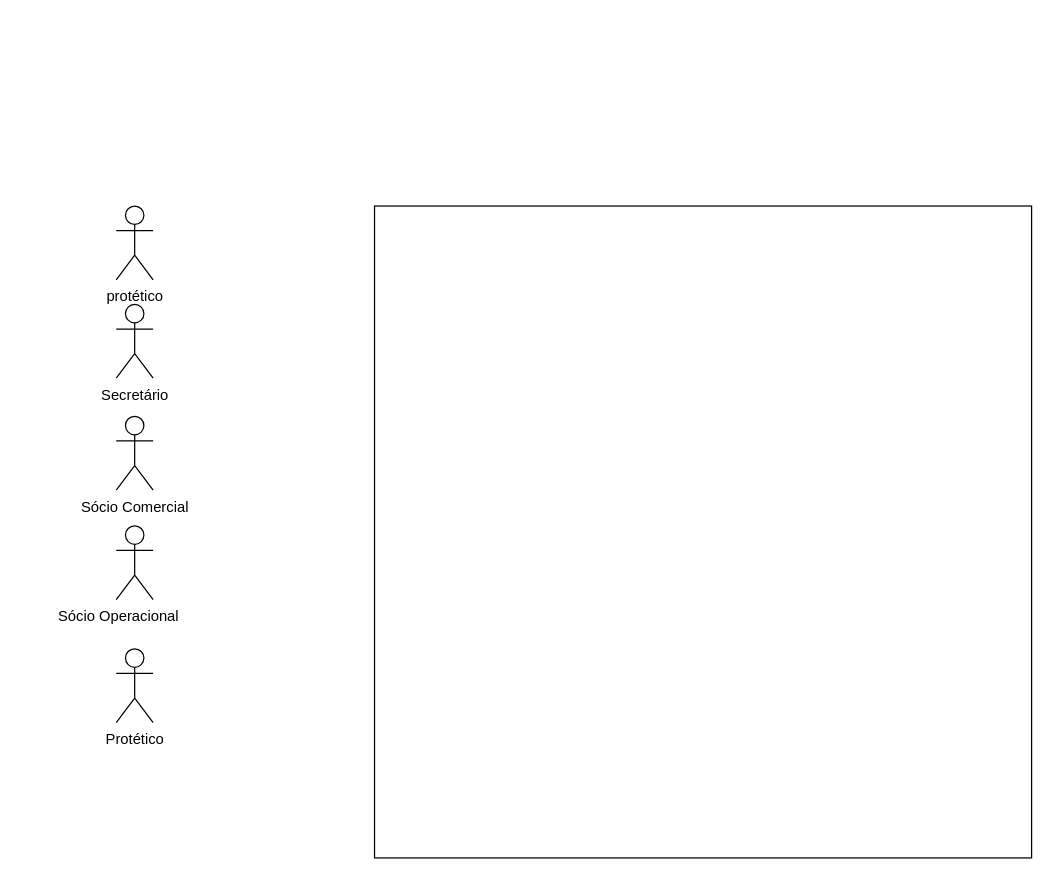
Above: page "Page-2" (2 of 2) of SoftwareEngineering/caso_de_uso_INCLUDE_EXTEND.drawio in Igorltds/ads (draw.io), before the change. Source tidied: cells renumbered, new cells numbered last; positions are measured from the earlier drawing's top-left corner, leaving out a move shared by most shapes. Both pictures are drawn from the tidied source at 123%, with x=0, y=0 at pixel (116, 205).
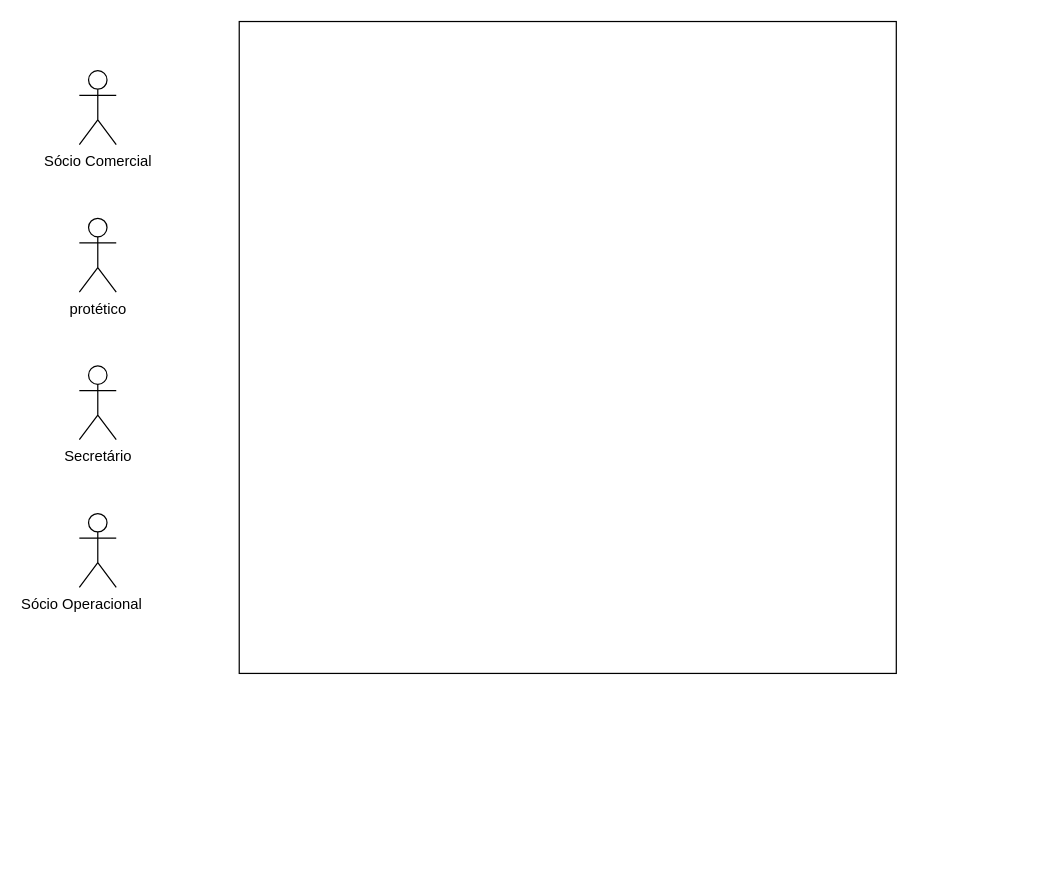
Above is the later version.

Commit message:
nada a commitar

What changed in the source:
```diff
@@
 <mxGraphModel>
   <root>
     <mxCell id="0" />
     <mxCell id="1" parent="0" />
     <mxCell id="2" style="rounded=0;whiteSpace=wrap;html=1;" parent="1" vertex="1">
-      <mxGeometry x="210" width="534.2" height="530" as="geometry" />
+      <mxGeometry x="100" y="-150" width="534.2" height="530" as="geometry" />
     </mxCell>
-    <mxCell id="3" value="Protético" style="shape=umlActor;verticalLabelPosition=bottom;verticalAlign=top;html=1;align=center;" parent="1" vertex="1">
-      <mxGeometry y="360" width="30" height="60" as="geometry" />
-    </mxCell>
     <mxCell id="4" value="&lt;div&gt;Secretário&lt;/div&gt;" style="shape=umlActor;verticalLabelPosition=bottom;verticalAlign=top;html=1;align=center;" parent="1" vertex="1">
-      <mxGeometry y="80" width="30" height="60" as="geometry" />
+      <mxGeometry x="-30" y="130" width="30" height="60" as="geometry" />
     </mxCell>
     <mxCell id="5" value="Sócio Operacional&amp;nbsp; &amp;nbsp; &amp;nbsp; &amp;nbsp;&amp;nbsp;" style="shape=umlActor;verticalLabelPosition=bottom;verticalAlign=top;html=1;align=center;" parent="1" vertex="1">
-      <mxGeometry y="260" width="30" height="60" as="geometry" />
+      <mxGeometry x="-30" y="250" width="30" height="60" as="geometry" />
     </mxCell>
     <mxCell id="6" value="Sócio Comercial" style="shape=umlActor;verticalLabelPosition=bottom;verticalAlign=top;html=1;align=center;" parent="1" vertex="1">
-      <mxGeometry y="171" width="30" height="60" as="geometry" />
+      <mxGeometry x="-30" y="-110" width="30" height="60" as="geometry" />
     </mxCell>
     <mxCell id="7" value="&lt;div&gt;protético&lt;/div&gt;&lt;div&gt;&lt;br&gt;&lt;/div&gt;" style="shape=umlActor;verticalLabelPosition=bottom;verticalAlign=top;html=1;align=center;" parent="1" vertex="1">
-      <mxGeometry width="30" height="60" as="geometry" />
+      <mxGeometry x="-30" y="10" width="30" height="60" as="geometry" />
     </mxCell>
   </root>
 </mxGraphModel>
```
